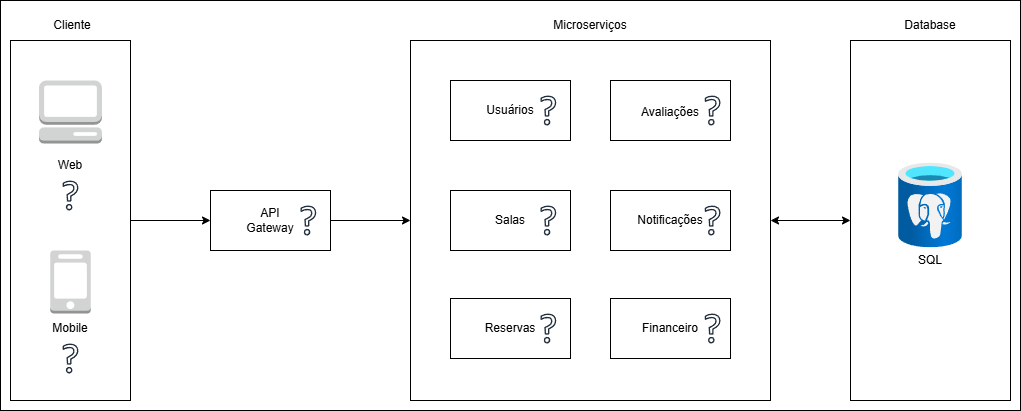
The draw.io diagram docs/img/arquiteturaeixo6.drawio.png in ICEI-PUC-Minas-PMV-SI/pmv-si-2026-1-pe6-t1-t1-g1-gestao-coworking, before a commit. Source tidied: cells renumbered, new cells last; positions are measured from the earlier drawing's top-left corner, leaving out a move shared by most shapes.
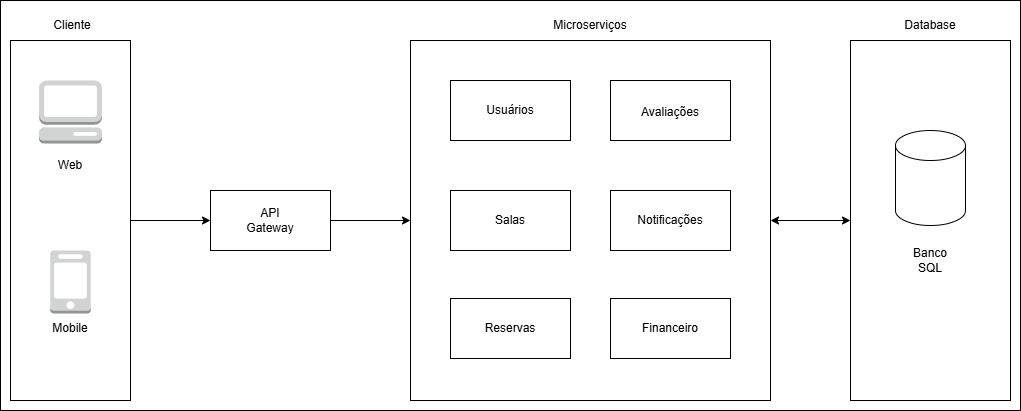
The same diagram one commit later.

Diff of the diagram source:
```diff
@@ -8,9 +8,6 @@
     <mxCell id="3" style="rounded=0;whiteSpace=wrap;html=1;" parent="1" vertex="1">
       <mxGeometry x="850" y="40" width="160" height="360" as="geometry" />
     </mxCell>
-    <mxCell id="4" style="image;html=1;align=center;fontSize=12;image=img/lib/azure2/databases/Azure_Database_PostgreSQL_Server.svg;" parent="1" vertex="1">
-      <mxGeometry x="898.1" y="162.5" width="63.8" height="85" as="geometry" />
-    </mxCell>
     <mxCell id="5" style="edgeStyle=orthogonalEdgeStyle;rounded=0;jettySize=auto;html=1;endArrow=classic;endFill=1;startArrow=classic;startFill=1;" parent="1" edge="1" source="6" target="3">
       <mxGeometry relative="1" as="geometry" />
     </mxCell>
@@ -80,7 +77,7 @@
     <mxCell id="27" value="Financeiro" style="text;html=1;whiteSpace=wrap;strokeColor=none;fillColor=none;align=center;verticalAlign=middle;rounded=0;" parent="1" vertex="1">
       <mxGeometry x="640" y="313" width="60" height="30" as="geometry" />
     </mxCell>
-    <mxCell id="28" value="SQL" style="text;html=1;whiteSpace=wrap;strokeColor=none;fillColor=none;align=center;verticalAlign=middle;rounded=0;" parent="1" vertex="1">
+    <mxCell id="28" value="Banco SQL" style="text;html=1;whiteSpace=wrap;strokeColor=none;fillColor=none;align=center;verticalAlign=middle;rounded=0;" parent="1" vertex="1">
       <mxGeometry x="900" y="245" width="60" height="30" as="geometry" />
     </mxCell>
     <mxCell id="29" value="Cliente" style="text;html=1;whiteSpace=wrap;strokeColor=none;fillColor=none;align=center;verticalAlign=middle;rounded=0;" parent="1" vertex="1">
@@ -92,32 +89,8 @@
     <mxCell id="31" value="Database" style="text;html=1;whiteSpace=wrap;strokeColor=none;fillColor=none;align=center;verticalAlign=middle;rounded=0;" parent="1" vertex="1">
       <mxGeometry x="900" y="10" width="60" height="30" as="geometry" />
     </mxCell>
-    <mxCell id="32" style="sketch=0;fontColor=#232F3E;gradientColor=none;fillColor=#232F3D;strokeColor=none;dashed=0;verticalLabelPosition=bottom;verticalAlign=top;align=center;html=1;fontSize=12;fontStyle=0;shape=mxgraph.aws4.question;" parent="1" vertex="1">
-      <mxGeometry x="300" y="205" width="15.8" height="30" as="geometry" />
-    </mxCell>
-    <mxCell id="33" style="sketch=0;fontColor=#232F3E;gradientColor=none;fillColor=#232F3D;strokeColor=none;dashed=0;verticalLabelPosition=bottom;verticalAlign=top;align=center;html=1;fontSize=12;fontStyle=0;shape=mxgraph.aws4.question;" parent="1" vertex="1">
-      <mxGeometry x="62.1" y="180" width="15.8" height="30" as="geometry" />
-    </mxCell>
-    <mxCell id="34" style="sketch=0;fontColor=#232F3E;gradientColor=none;fillColor=#232F3D;strokeColor=none;dashed=0;verticalLabelPosition=bottom;verticalAlign=top;align=center;html=1;fontSize=12;fontStyle=0;shape=mxgraph.aws4.question;" parent="1" vertex="1">
-      <mxGeometry x="62.1" y="343" width="15.8" height="30" as="geometry" />
-    </mxCell>
-    <mxCell id="35" style="sketch=0;fontColor=#232F3E;gradientColor=none;fillColor=#232F3D;strokeColor=none;dashed=0;verticalLabelPosition=bottom;verticalAlign=top;align=center;html=1;fontSize=12;fontStyle=0;shape=mxgraph.aws4.question;" parent="1" vertex="1">
-      <mxGeometry x="540" y="313" width="15.8" height="30" as="geometry" />
-    </mxCell>
-    <mxCell id="36" style="sketch=0;fontColor=#232F3E;gradientColor=none;fillColor=#232F3D;strokeColor=none;dashed=0;verticalLabelPosition=bottom;verticalAlign=top;align=center;html=1;fontSize=12;fontStyle=0;shape=mxgraph.aws4.question;" parent="1" vertex="1">
-      <mxGeometry x="540" y="205" width="15.8" height="30" as="geometry" />
-    </mxCell>
-    <mxCell id="37" style="sketch=0;fontColor=#232F3E;gradientColor=none;fillColor=#232F3D;strokeColor=none;dashed=0;verticalLabelPosition=bottom;verticalAlign=top;align=center;html=1;fontSize=12;fontStyle=0;shape=mxgraph.aws4.question;" parent="1" vertex="1">
-      <mxGeometry x="540" y="95" width="15.8" height="30" as="geometry" />
-    </mxCell>
-    <mxCell id="38" style="sketch=0;fontColor=#232F3E;gradientColor=none;fillColor=#232F3D;strokeColor=none;dashed=0;verticalLabelPosition=bottom;verticalAlign=top;align=center;html=1;fontSize=12;fontStyle=0;shape=mxgraph.aws4.question;" parent="1" vertex="1">
-      <mxGeometry x="704.2" y="95" width="15.8" height="30" as="geometry" />
-    </mxCell>
-    <mxCell id="39" style="sketch=0;fontColor=#232F3E;gradientColor=none;fillColor=#232F3D;strokeColor=none;dashed=0;verticalLabelPosition=bottom;verticalAlign=top;align=center;html=1;fontSize=12;fontStyle=0;shape=mxgraph.aws4.question;" parent="1" vertex="1">
-      <mxGeometry x="704.2" y="205" width="15.8" height="30" as="geometry" />
-    </mxCell>
-    <mxCell id="40" style="sketch=0;fontColor=#232F3E;gradientColor=none;fillColor=#232F3D;strokeColor=none;dashed=0;verticalLabelPosition=bottom;verticalAlign=top;align=center;html=1;fontSize=12;fontStyle=0;shape=mxgraph.aws4.question;" parent="1" vertex="1">
-      <mxGeometry x="704.2" y="313" width="15.8" height="30" as="geometry" />
-    </mxCell>
+    <mxCell id="41" style="shape=cylinder3;whiteSpace=wrap;html=1;boundedLbl=1;backgroundOutline=1;size=15;" parent="1" vertex="1">
+      <mxGeometry x="895" y="130" width="70" height="95" as="geometry" />
+    </mxCell>
   </root>
 </mxGraphModel>
```
